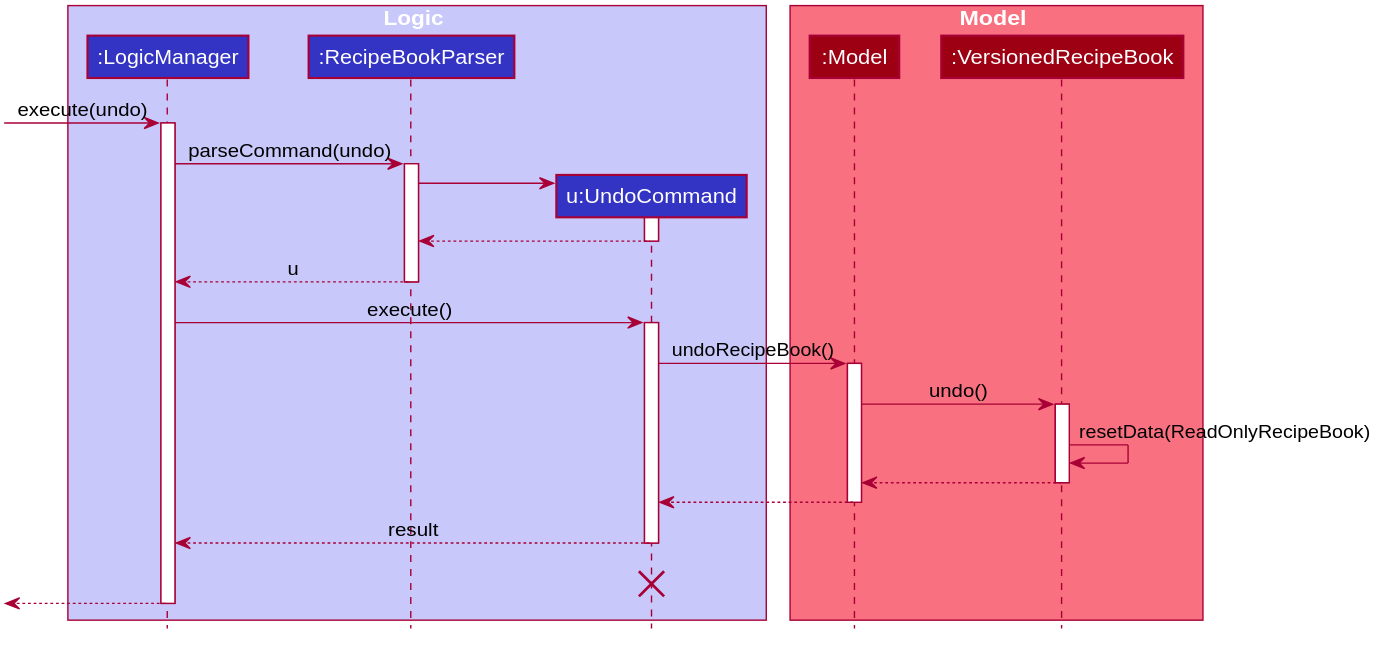
Earlier version of the PlantUML export docs/images/UndoSequenceDiagram.svg (nus-cs2103-AY1920S2/addressbook-level3).
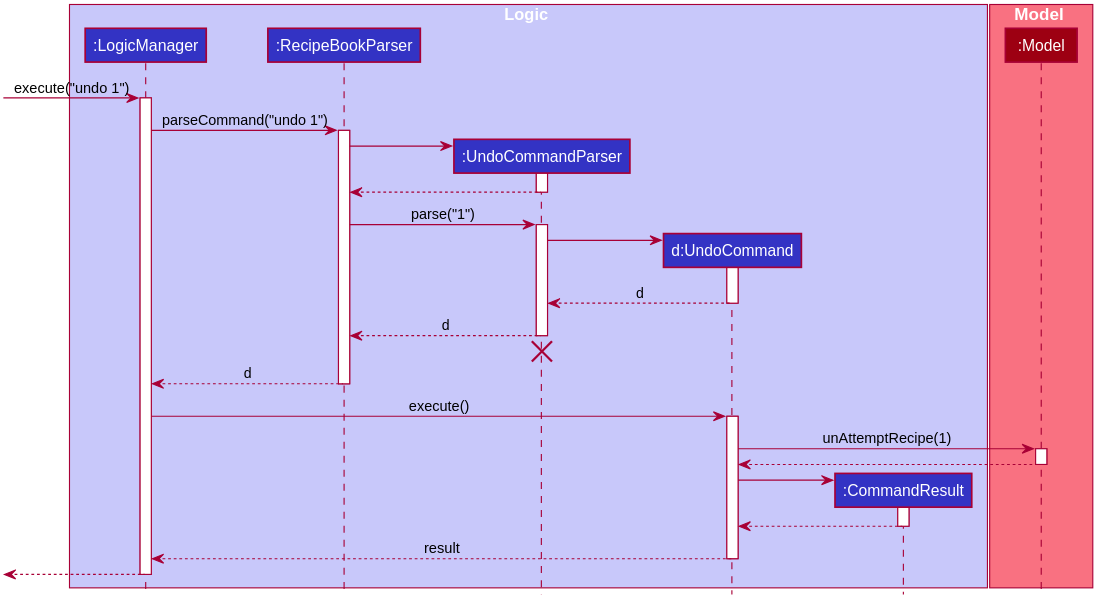
After the change.

What changed in the source:
```diff
@@ -1,4 +1,4 @@
-@startuml
+@startuml UndoSequenceDiagram
 
 
 
@@ -16,13 +16,11 @@
     BorderThickness 1
     BorderColor #FFFFFF
     StereotypeFontColor #FFFFFF
-    FontName Arial
 }
 
 skinparam Actor {
     BorderColor #000000
     Color #000000
-    FontName Arial
 }
 
 skinparam Sequence {
@@ -30,7 +28,7 @@
     BoxFontSize 15
     BoxPadding 0
     BoxFontColor #FFFFFF
-    FontName Arial
+    SequenceBoxFontName Segoe UI
 }
 
 skinparam Participant {
@@ -42,59 +40,78 @@
 skinparam ParticipantPadding 10
 skinparam Shadowing false
 skinparam DefaultTextAlignment center
-skinparam packageStyle Rectangle
+skinparam packageStyle Folder
+
+skinparam DefaultFontName Arial
+skinparam defaultMonospacedFontName Consolas
 
 hide footbox
 hide members
 hide circle
 
-
 box Logic #C8C8FA
 participant ":LogicManager" as LogicManager #3333C4
 participant ":RecipeBookParser" as RecipeBookParser #3333C4
-participant "u:UndoCommand" as UndoCommand #3333C4
+participant ":UndoCommandParser" as UndoCommandParser #3333C4
+participant "d:UndoCommand" as UndoCommand #3333C4
+participant ":CommandResult" as CommandResult #3333C4
 end box
 
 box Model #F97181
 participant ":Model" as Model #9D0012
-participant ":VersionedRecipeBook" as VersionedRecipeBook #9D0012
 end box
-[-> LogicManager : execute(undo)
+
+
+[-> LogicManager : execute("undo 1")
 activate LogicManager
 
-LogicManager -> RecipeBookParser : parseCommand(undo)
+LogicManager -> RecipeBookParser : parseCommand("undo 1")
 activate RecipeBookParser
 
+create UndoCommandParser
+RecipeBookParser -> UndoCommandParser
+activate UndoCommandParser
+
+UndoCommandParser --> RecipeBookParser
+deactivate UndoCommandParser
+
+RecipeBookParser -> UndoCommandParser : parse("1")
+activate UndoCommandParser
+
 create UndoCommand
-RecipeBookParser -> UndoCommand
+UndoCommandParser -> UndoCommand
 activate UndoCommand
 
-UndoCommand --> RecipeBookParser
+UndoCommand --> UndoCommandParser : d
+
 deactivate UndoCommand
 
-RecipeBookParser --> LogicManager : u
+UndoCommandParser --> RecipeBookParser : d
+deactivate UndoCommandParser
+UndoCommandParser -[hidden]-> RecipeBookParser
+destroy UndoCommandParser
+
+RecipeBookParser --> LogicManager : d
 deactivate RecipeBookParser
 
 LogicManager -> UndoCommand : execute()
 activate UndoCommand
 
-UndoCommand -> Model : undoRecipeBook()
+UndoCommand -> Model : unAttemptRecipe(1)
 activate Model
-
-Model -> VersionedRecipeBook : undo()
-activate VersionedRecipeBook
-
-VersionedRecipeBook -> VersionedRecipeBook :resetData(ReadOnlyRecipeBook)
-VersionedRecipeBook --> Model :
-deactivate VersionedRecipeBook
 
 Model --> UndoCommand
 deactivate Model
 
+create CommandResult
+UndoCommand -> CommandResult
+activate CommandResult
+
+CommandResult --> UndoCommand
+deactivate CommandResult
+
 UndoCommand --> LogicManager : result
 deactivate UndoCommand
-UndoCommand -[hidden]-> LogicManager : result
-destroy UndoCommand
 
 [<--LogicManager
 deactivate LogicManager
```
